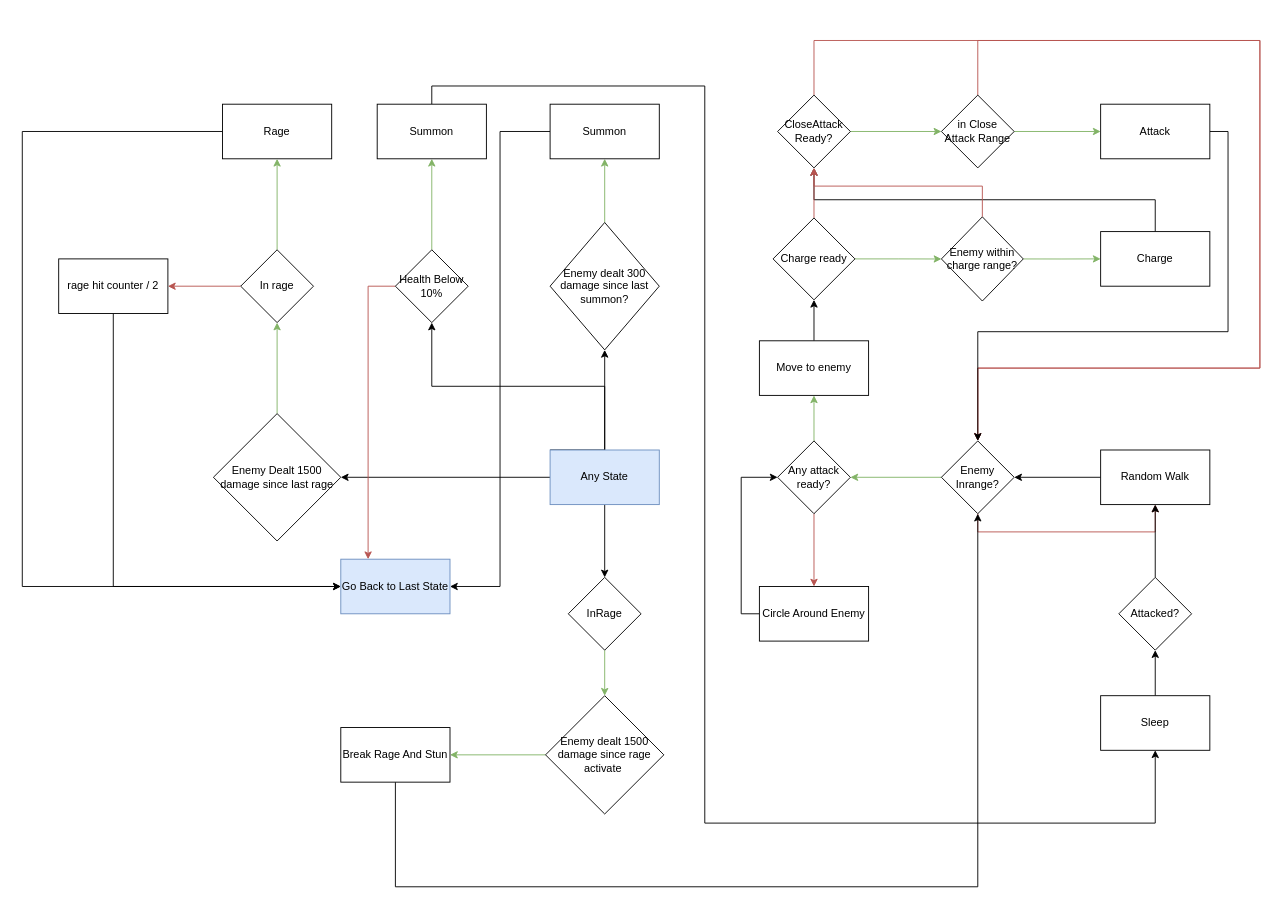
Earlier version of the draw.io diagram Diagrams/Wraith King.drawio (MikaelHans/Git_KB_UAS). Source tidied: cells renumbered, new cells numbered last; positions are measured from the earlier drawing's top-left corner, leaving out a move shared by most shapes. Both pictures are drawn from the tidied source at 91%, with x=0, y=0 at pixel (22, 40).
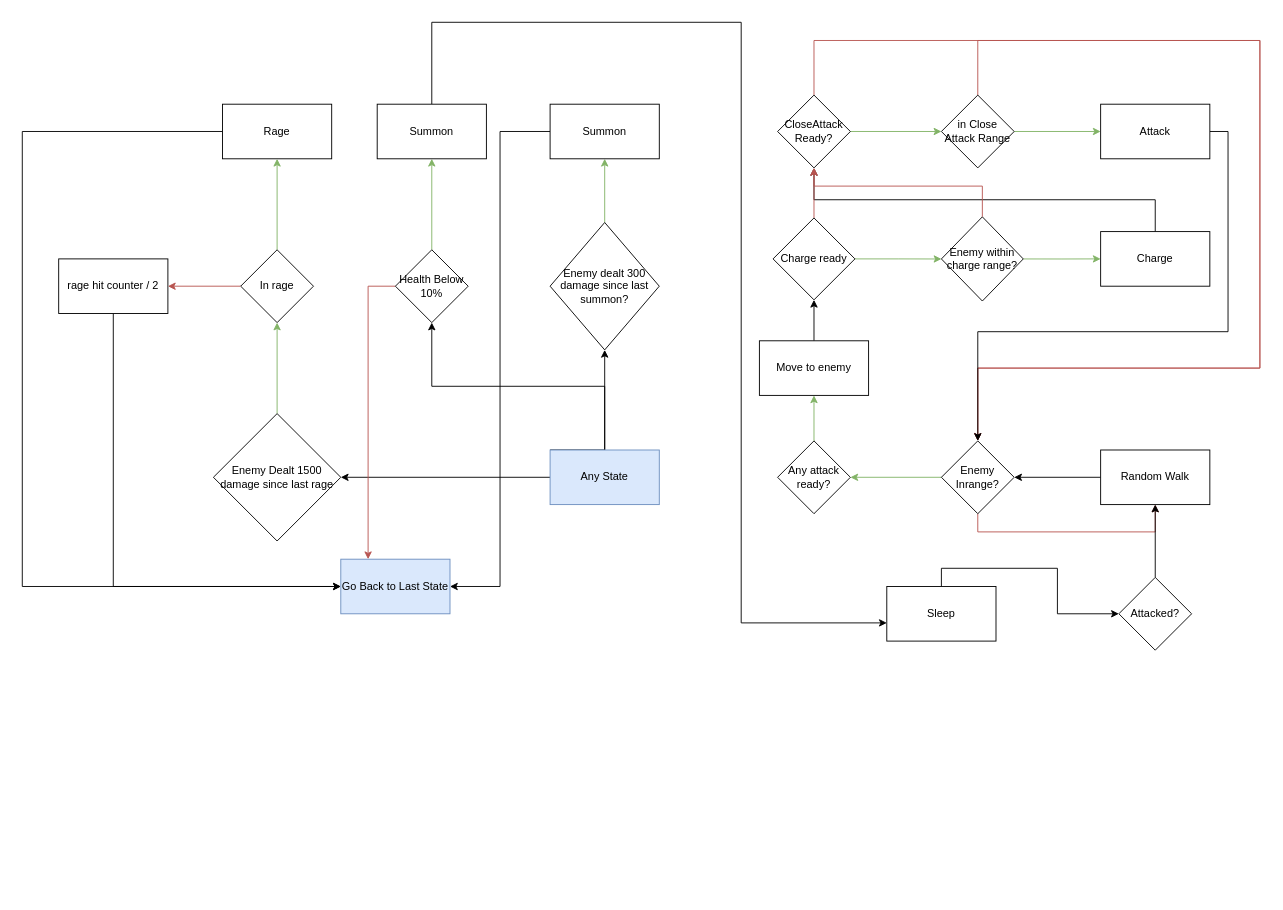
The same diagram, later.

Unchanged cells that the change refers to:
```xml
<mxCell id="8" value="Enemy Inrange?" style="rhombus;whiteSpace=wrap;html=1;" parent="1" vertex="1">
  <mxGeometry x="1010" y="440" width="80" height="80" as="geometry" />
</mxCell>
<mxCell id="29" value="Any attack ready?" style="rhombus;whiteSpace=wrap;html=1;" parent="1" vertex="1">
  <mxGeometry x="830" y="440" width="80" height="80" as="geometry" />
</mxCell>
<mxCell id="34" value="Any State" style="rounded=0;whiteSpace=wrap;html=1;fillColor=#dae8fc;strokeColor=#6c8ebf;" parent="1" vertex="1">
  <mxGeometry x="580" y="450" width="120" height="60" as="geometry" />
</mxCell>
<mxCell id="60" value="Summon" style="rounded=0;whiteSpace=wrap;html=1;" parent="1" vertex="1">
  <mxGeometry x="390" y="70" width="120" height="60" as="geometry" />
</mxCell>
```

Change to the diagram source:
```diff
@@
-    <mxCell id="25" style="edgeStyle=orthogonalEdgeStyle;rounded=0;jettySize=auto;html=1;exitX=0;exitY=0.5;exitDx=0;exitDy=0;entryX=0;entryY=0.5;entryDx=0;entryDy=0;" parent="1" edge="1" source="26" target="29">
-      <mxGeometry relative="1" as="geometry" />
-    </mxCell>
-    <mxCell id="26" value="Circle Around Enemy" style="rounded=0;whiteSpace=wrap;html=1;" parent="1" vertex="1">
-      <mxGeometry x="810" y="600" width="120" height="60" as="geometry" />
-    </mxCell>
@@
-    <mxCell id="28" style="edgeStyle=orthogonalEdgeStyle;rounded=0;jettySize=auto;html=1;exitX=0.5;exitY=1;exitDx=0;exitDy=0;entryX=0.5;entryY=0;entryDx=0;entryDy=0;fillColor=#f8cecc;strokeColor=#b85450;" parent="1" edge="1" source="29" target="26">
-      <mxGeometry relative="1" as="geometry" />
-    </mxCell>
@@
-    <mxCell id="32" style="edgeStyle=orthogonalEdgeStyle;rounded=0;jettySize=auto;html=1;exitX=0.5;exitY=1;exitDx=0;exitDy=0;entryX=0.5;entryY=0;entryDx=0;entryDy=0;" parent="1" edge="1" source="34" target="49">
-      <mxGeometry relative="1" as="geometry" />
-    </mxCell>
@@
-    <mxCell id="48" style="edgeStyle=orthogonalEdgeStyle;rounded=0;jettySize=auto;html=1;exitX=0.5;exitY=1;exitDx=0;exitDy=0;entryX=0.5;entryY=0;entryDx=0;entryDy=0;fillColor=#d5e8d4;strokeColor=#82b366;" parent="1" edge="1" source="49" target="51">
-      <mxGeometry relative="1" as="geometry" />
-    </mxCell>
-    <mxCell id="49" value="InRage" style="rhombus;whiteSpace=wrap;html=1;" parent="1" vertex="1">
-      <mxGeometry x="600" y="590" width="80" height="80" as="geometry" />
-    </mxCell>
-    <mxCell id="50" style="edgeStyle=orthogonalEdgeStyle;rounded=0;jettySize=auto;html=1;exitX=0;exitY=0.5;exitDx=0;exitDy=0;fillColor=#d5e8d4;strokeColor=#82b366;" parent="1" edge="1" source="51" target="53">
-      <mxGeometry relative="1" as="geometry" />
-    </mxCell>
-    <mxCell id="51" value="Enemy dealt 1500 damage since rage activate&amp;nbsp;" style="rhombus;whiteSpace=wrap;html=1;" parent="1" vertex="1">
-      <mxGeometry x="575" y="720" width="130" height="130" as="geometry" />
-    </mxCell>
-    <mxCell id="52" style="edgeStyle=orthogonalEdgeStyle;rounded=0;jettySize=auto;html=1;exitX=0.5;exitY=1;exitDx=0;exitDy=0;entryX=0.5;entryY=1;entryDx=0;entryDy=0;" parent="1" edge="1" source="53" target="8">
-      <mxGeometry relative="1" as="geometry">
-        <Array as="points">
-          <mxPoint x="410" y="930" />
-          <mxPoint x="1050" y="930" />
-        </Array>
-      </mxGeometry>
-    </mxCell>
-    <mxCell id="53" value="Break Rage And Stun" style="rounded=0;whiteSpace=wrap;html=1;" parent="1" vertex="1">
-      <mxGeometry x="350" y="755" width="120" height="60" as="geometry" />
-    </mxCell>
@@
     <mxCell id="55" value="Sleep" style="rounded=0;whiteSpace=wrap;html=1;" parent="1" vertex="1">
-      <mxGeometry x="1185" y="720" width="120" height="60" as="geometry" />
+      <mxGeometry x="950" y="600" width="120" height="60" as="geometry" />
     </mxCell>
@@
-    <mxCell id="59" style="edgeStyle=orthogonalEdgeStyle;rounded=0;jettySize=auto;html=1;exitX=0.5;exitY=0;exitDx=0;exitDy=0;entryX=0.5;entryY=1;entryDx=0;entryDy=0;" parent="1" edge="1" source="60" target="55">
+    <mxCell id="59" style="edgeStyle=orthogonalEdgeStyle;rounded=0;jettySize=auto;html=1;" parent="1" edge="1" source="60" target="55">
       <mxGeometry relative="1" as="geometry">
         <Array as="points">
-          <mxPoint x="450" y="50" />
-          <mxPoint x="750" y="50" />
-          <mxPoint x="750" y="860" />
-          <mxPoint x="1245" y="860" />
+          <mxPoint x="450" y="-20" />
+          <mxPoint x="790" y="-20" />
+          <mxPoint x="790" y="640" />
         </Array>
       </mxGeometry>
     </mxCell>
```
